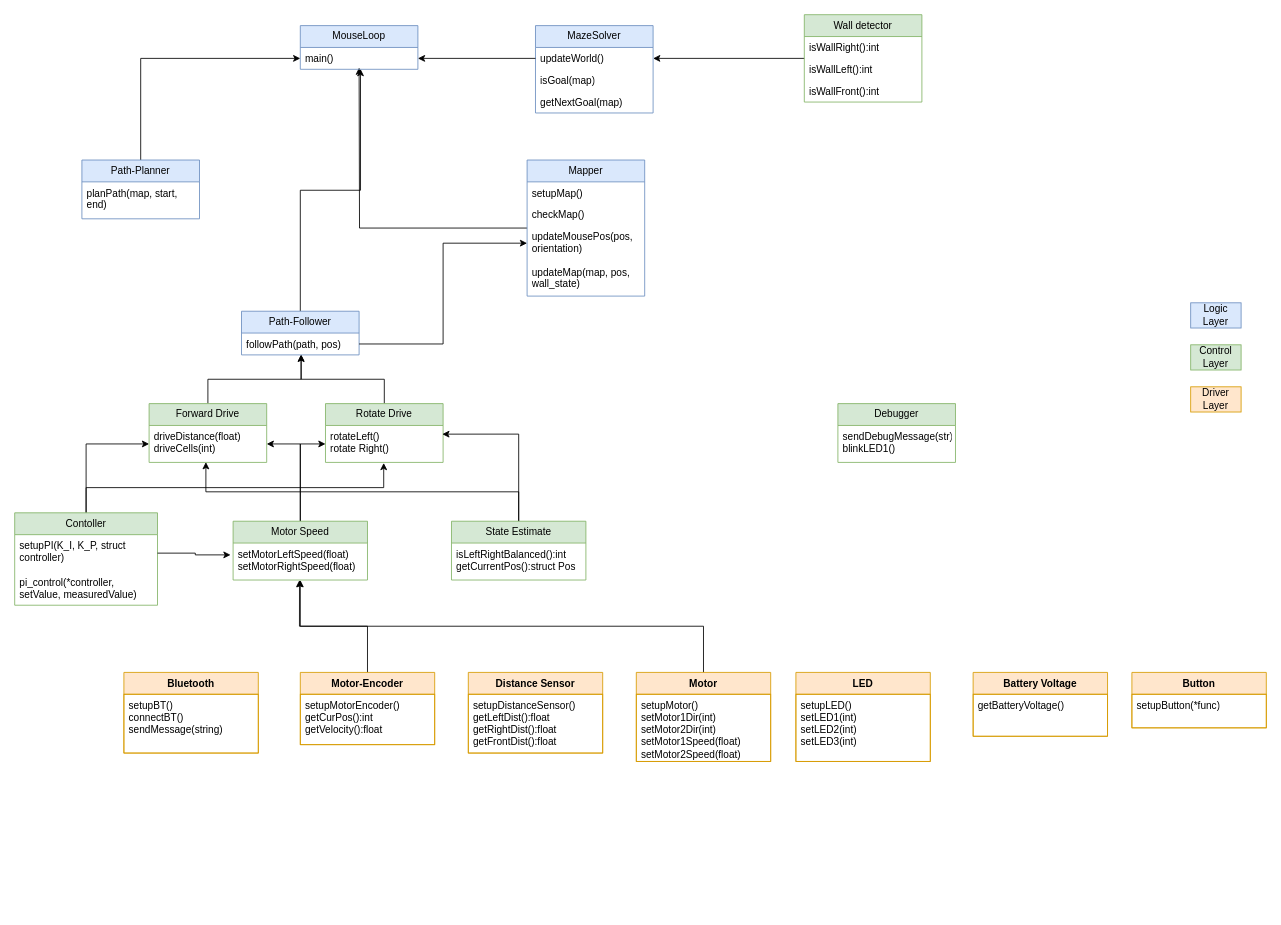
This is draft/class_diagram.drawio from AminSeffo/Micromouse, a draw.io file, before an edit. Source tidied: cells renumbered, new cells numbered last; positions are measured from the earlier drawing's top-left corner, leaving out a move shared by most shapes. Both pictures are drawn from the tidied source at 84%, with x=0, y=0 at pixel (14, 14).
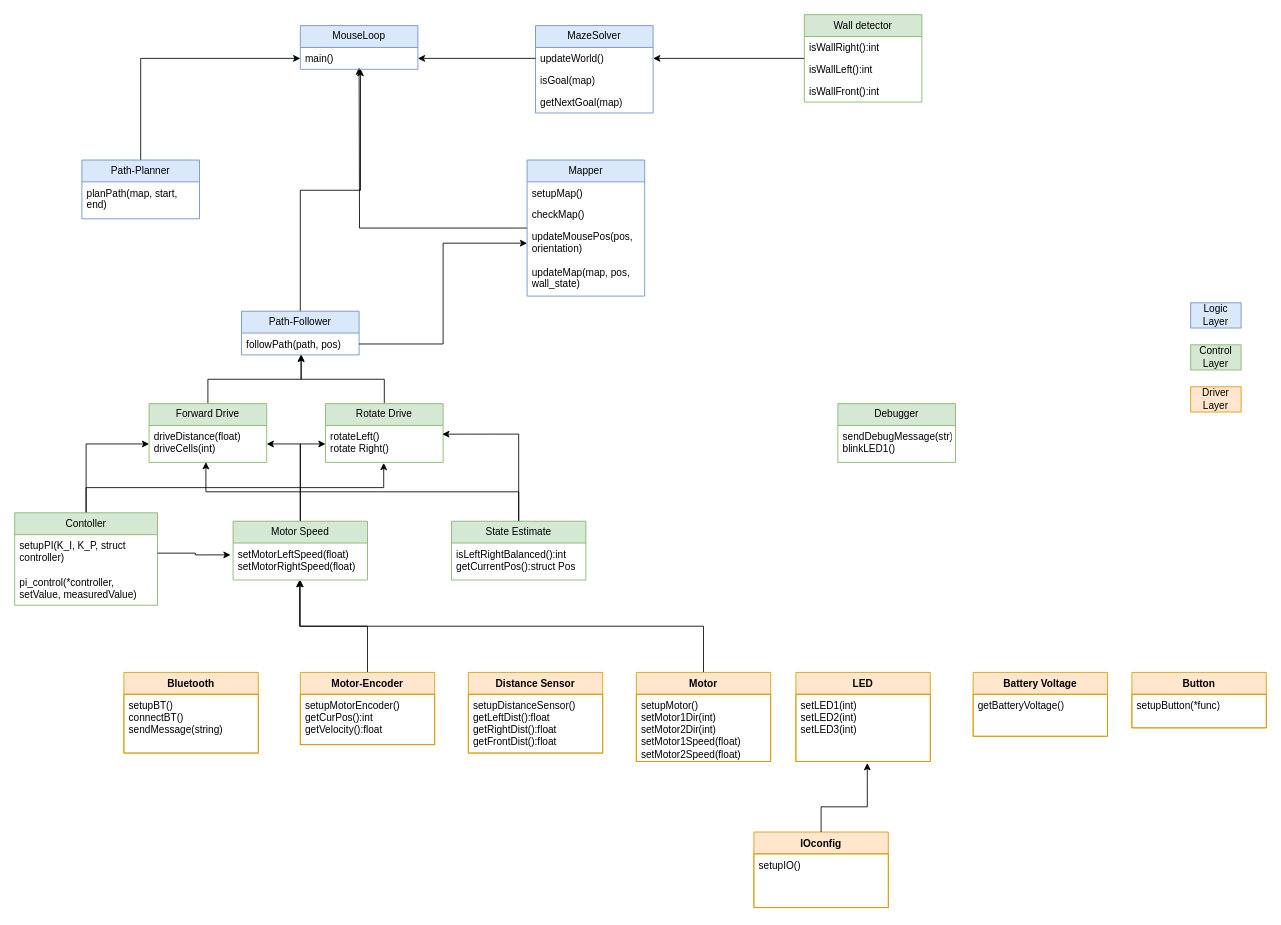
The same page after the edit.

Unchanged cells that the change refers to:
```xml
<mxCell id="12" value="LED" style="swimlane;fontStyle=1;align=center;verticalAlign=top;horizontal=1;startSize=26;whiteSpace=wrap;html=1;fillColor=#ffe6cc;strokeColor=#d79b00;" parent="1" vertex="1">
  <mxGeometry x="930" y="783" width="160" height="106" as="geometry" />
</mxCell>
```

The edit, as a diff of the source:
```diff
@@
-    <mxCell id="13" value="setupLED()&lt;br&gt;setLED1(int)&lt;br&gt;setLED2(int)&lt;br&gt;setLED3(int)" style="text;strokeColor=#d79b00;fillColor=none;align=left;verticalAlign=top;spacingLeft=4;spacingRight=4;overflow=hidden;points=[[0,0.5],[1,0.5]];portConstraint=eastwest;whiteSpace=wrap;html=1;" parent="12" vertex="1">
+    <mxCell id="13" value="setLED1(int)&lt;br&gt;setLED2(int)&lt;br&gt;setLED3(int)" style="text;strokeColor=#d79b00;fillColor=none;align=left;verticalAlign=top;spacingLeft=4;spacingRight=4;overflow=hidden;points=[[0,0.5],[1,0.5]];portConstraint=eastwest;whiteSpace=wrap;html=1;" parent="12" vertex="1">
       <mxGeometry y="26" width="160" height="80" as="geometry" />
     </mxCell>
@@
+    <mxCell id="68" value="IOconfig" style="swimlane;fontStyle=1;align=center;verticalAlign=top;horizontal=1;startSize=26;whiteSpace=wrap;html=1;fillColor=#ffe6cc;strokeColor=#d79b00;" parent="1" vertex="1">
+      <mxGeometry x="880" y="973" width="160" height="90" as="geometry" />
+    </mxCell>
+    <mxCell id="69" value="setupIO()" style="text;strokeColor=#d79b00;fillColor=none;align=left;verticalAlign=top;spacingLeft=4;spacingRight=4;overflow=hidden;whiteSpace=wrap;html=1;" parent="68" vertex="1">
+      <mxGeometry y="26" width="160" height="64" as="geometry" />
+    </mxCell>
+    <mxCell id="70" style="endArrow=classic;html=1;rounded=0;exitX=0.5;exitY=0;exitDx=0;exitDy=0;entryX=0.531;entryY=1.025;entryDx=0;entryDy=0;entryPerimeter=0;" parent="1" edge="1" source="68" target="13">
+      <mxGeometry relative="1" as="geometry">
+        <Array as="points">
+          <mxPoint x="960" y="943" />
+          <mxPoint x="1015" y="943" />
+        </Array>
+      </mxGeometry>
+    </mxCell>
```
